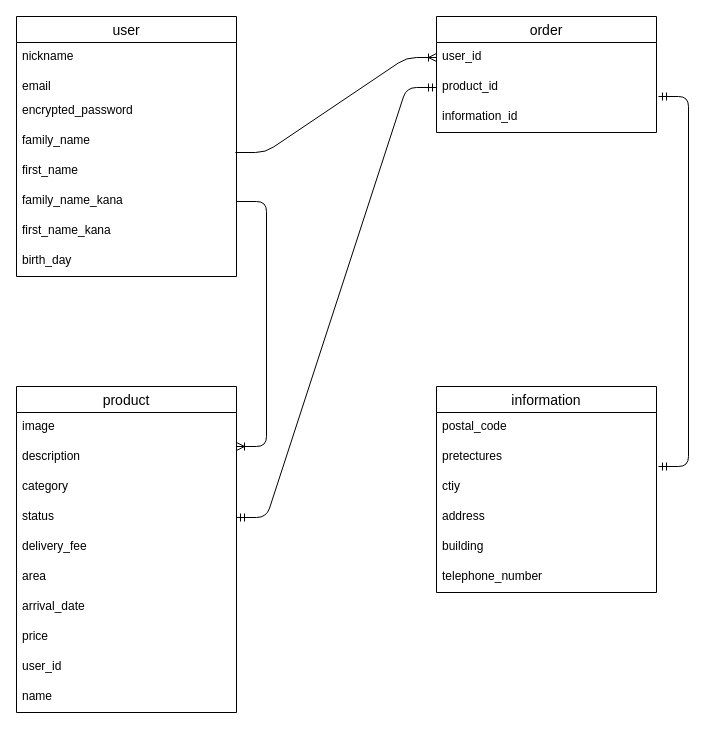
Above: furima.dio in shige-e/furima-36729 (draw.io), before the change. Source tidied: cells renumbered, new cells numbered last; positions are measured from the earlier drawing's top-left corner, leaving out a move shared by most shapes. Both pictures are drawn from the tidied source at 100%, with x=0, y=0 at pixel (16, 16).
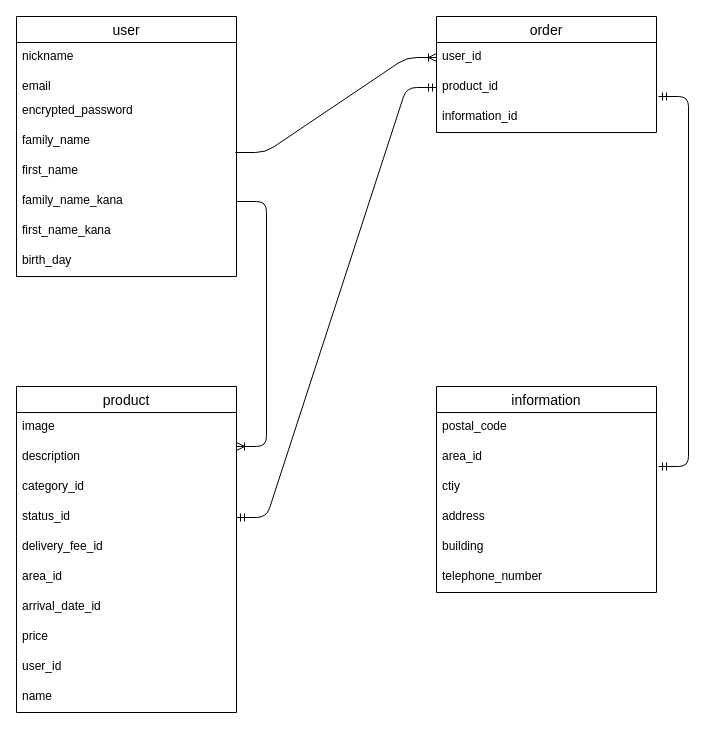
The same page after the edit.

Commit message (it also covers changes not shown here):
設計図修正

The change refers to these unchanged cells:
```xml
<mxCell id="11" value="product" style="swimlane;fontStyle=0;horizontal=1;startSize=26;align=center;fontSize=14;" parent="1" vertex="1">
  <mxGeometry y="370" width="220" height="326" as="geometry" />
</mxCell>
<mxCell id="26" value="information" style="swimlane;fontStyle=0;horizontal=1;startSize=26;align=center;fontSize=14;" parent="1" vertex="1">
  <mxGeometry x="420" y="370" width="220" height="206" as="geometry" />
</mxCell>
```

Change to the diagram source:
```diff
@@
-    <mxCell id="14" value="category" style="text;strokeColor=none;fillColor=none;spacingLeft=4;spacingRight=4;overflow=hidden;fontSize=12;" parent="11" vertex="1">
+    <mxCell id="14" value="category_id" style="text;strokeColor=none;fillColor=none;spacingLeft=4;spacingRight=4;overflow=hidden;fontSize=12;" parent="11" vertex="1">
       <mxGeometry y="86" width="220" height="30" as="geometry" />
     </mxCell>
-    <mxCell id="15" value="status" style="text;strokeColor=none;fillColor=none;spacingLeft=4;spacingRight=4;overflow=hidden;points=[[0,0.5],[1,0.5]];portConstraint=eastwest;fontSize=12;" parent="11" vertex="1">
+    <mxCell id="15" value="status_id" style="text;strokeColor=none;fillColor=none;spacingLeft=4;spacingRight=4;overflow=hidden;points=[[0,0.5],[1,0.5]];portConstraint=eastwest;fontSize=12;" parent="11" vertex="1">
       <mxGeometry y="116" width="220" height="30" as="geometry" />
     </mxCell>
-    <mxCell id="16" value="delivery_fee" style="text;strokeColor=none;fillColor=none;spacingLeft=4;spacingRight=4;overflow=hidden;fontSize=12;" parent="11" vertex="1">
+    <mxCell id="16" value="delivery_fee_id" style="text;strokeColor=none;fillColor=none;spacingLeft=4;spacingRight=4;overflow=hidden;fontSize=12;" parent="11" vertex="1">
       <mxGeometry y="146" width="220" height="30" as="geometry" />
     </mxCell>
-    <mxCell id="17" value="area" style="text;strokeColor=none;fillColor=none;spacingLeft=4;spacingRight=4;overflow=hidden;fontSize=12;" parent="11" vertex="1">
+    <mxCell id="17" value="area_id" style="text;strokeColor=none;fillColor=none;spacingLeft=4;spacingRight=4;overflow=hidden;fontSize=12;" parent="11" vertex="1">
       <mxGeometry y="176" width="220" height="30" as="geometry" />
     </mxCell>
-    <mxCell id="18" value="arrival_date" style="text;strokeColor=none;fillColor=none;spacingLeft=4;spacingRight=4;overflow=hidden;fontSize=12;" parent="11" vertex="1">
+    <mxCell id="18" value="arrival_date_id" style="text;strokeColor=none;fillColor=none;spacingLeft=4;spacingRight=4;overflow=hidden;fontSize=12;" parent="11" vertex="1">
       <mxGeometry y="206" width="220" height="30" as="geometry" />
     </mxCell>
@@
-    <mxCell id="28" value="pretectures" style="text;strokeColor=none;fillColor=none;spacingLeft=4;spacingRight=4;overflow=hidden;fontSize=12;" parent="26" vertex="1">
+    <mxCell id="28" value="area_id" style="text;strokeColor=none;fillColor=none;spacingLeft=4;spacingRight=4;overflow=hidden;fontSize=12;" parent="26" vertex="1">
       <mxGeometry y="56" width="220" height="30" as="geometry" />
     </mxCell>
```
